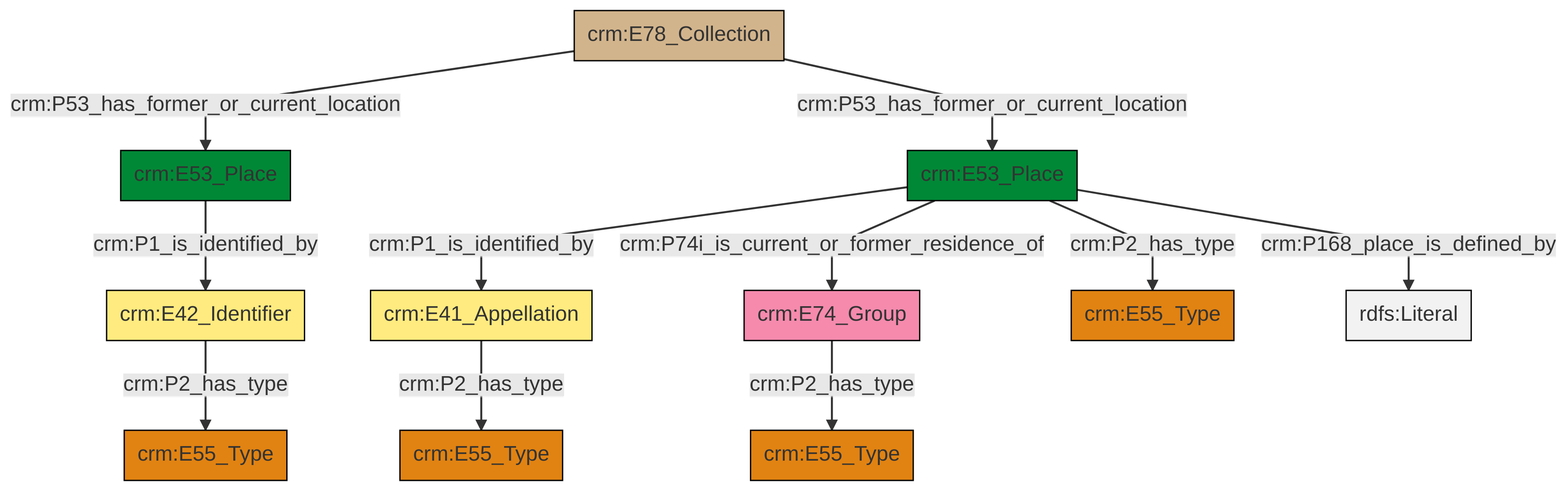
Above: et/archivalCSV/ttl/mmd/png/archival_location.png in swiss-art-research-net/docs.swissartresearch (Mermaid), before the change. Its source is kept beside it as et/archivalCSV/ttl/mmd/archival_location.ttl.mmd.
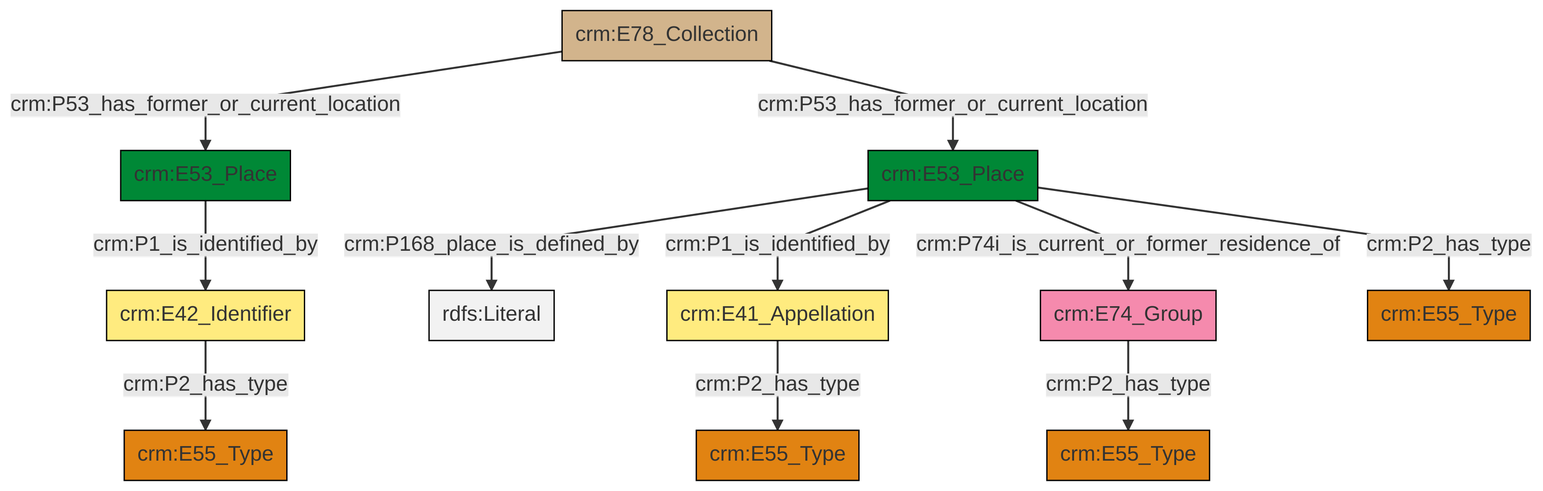
The same file after the commit.

Change to the diagram source:
```diff
@@ -13,13 +13,13 @@
 classDef PC_Classes fill:#4ce600, stroke:#000000;
 classDef Multi fill:#cccccc,stroke:#000000;
 
-2["crm:E74_Group"]:::Actor -->|crm:P2_has_type| 3["crm:E55_Type"]:::Type
-4["crm:E41_Appellation"]:::Appellation -->|crm:P2_has_type| 5["crm:E55_Type"]:::Type
-6["crm:E53_Place"]:::Place -->|crm:P1_is_identified_by| 4["crm:E41_Appellation"]:::Appellation
-6["crm:E53_Place"]:::Place -->|crm:P74i_is_current_or_former_residence_of| 2["crm:E74_Group"]:::Actor
+4["crm:E53_Place"]:::Place -->|crm:P168_place_is_defined_by| 5[rdfs:Literal]:::Literal
+4["crm:E53_Place"]:::Place -->|crm:P1_is_identified_by| 6["crm:E41_Appellation"]:::Appellation
+2["crm:E53_Place"]:::Place -->|crm:P1_is_identified_by| 7["crm:E42_Identifier"]:::Appellation
+9["crm:E74_Group"]:::Actor -->|crm:P2_has_type| 10["crm:E55_Type"]:::Type
+6["crm:E41_Appellation"]:::Appellation -->|crm:P2_has_type| 11["crm:E55_Type"]:::Type
+4["crm:E53_Place"]:::Place -->|crm:P74i_is_current_or_former_residence_of| 9["crm:E74_Group"]:::Actor
+4["crm:E53_Place"]:::Place -->|crm:P2_has_type| 15["crm:E55_Type"]:::Type
+17["crm:E78_Collection"]:::Physical_Thing -->|crm:P53_has_former_or_current_location| 2["crm:E53_Place"]:::Place
+17["crm:E78_Collection"]:::Physical_Thing -->|crm:P53_has_former_or_current_location| 4["crm:E53_Place"]:::Place
 7["crm:E42_Identifier"]:::Appellation -->|crm:P2_has_type| 0["crm:E55_Type"]:::Type
-6["crm:E53_Place"]:::Place -->|crm:P168_place_is_defined_by| 12[rdfs:Literal]:::Literal
-15["crm:E53_Place"]:::Place -->|crm:P1_is_identified_by| 7["crm:E42_Identifier"]:::Appellation
-22["crm:E78_Collection"]:::Physical_Thing -->|crm:P53_has_former_or_current_location| 15["crm:E53_Place"]:::Place
-6["crm:E53_Place"]:::Place -->|crm:P2_has_type| 9["crm:E55_Type"]:::Type
-22["crm:E78_Collection"]:::Physical_Thing -->|crm:P53_has_former_or_current_location| 6["crm:E53_Place"]:::Place
```
